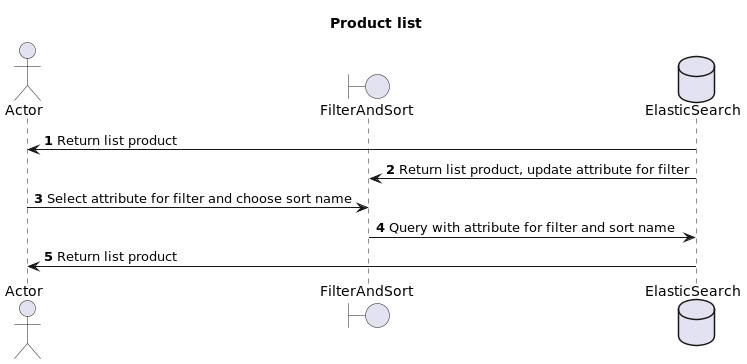
The PlantUML diagram resources/productlist.png in thucpk/k33-ad-final-project, before a commit.
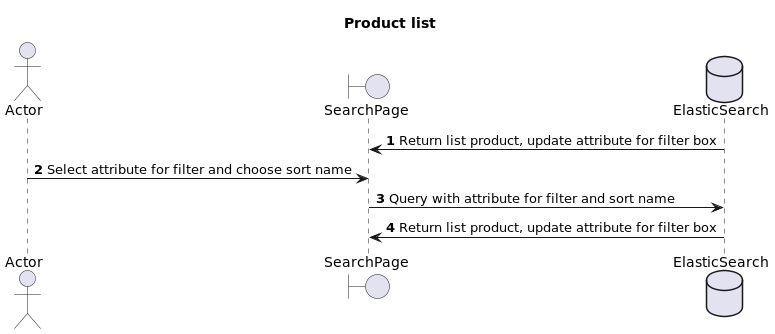
The same diagram one commit later.

Change to the diagram source:
```diff
@@ -1,15 +1,14 @@
 @startuml
 
 actor        Actor         as actor
-boundary     FilterAndSort     as filtered
+boundary     SearchPage     as search_page
 database     ElasticSearch as es
 
 Title: Product list
 
 autonumber
-es -> actor: Return list product
-es -> filtered: Return list product, update attribute for filter
-actor -> filtered: Select attribute for filter and choose sort name
-filtered -> es: Query with attribute for filter and sort name
-es -> actor: Return list product
+es -> search_page: Return list product, update attribute for filter box
+actor -> search_page: Select attribute for filter and choose sort name
+search_page -> es: Query with attribute for filter and sort name
+es -> search_page: Return list product, update attribute for filter box
 @enduml
```
